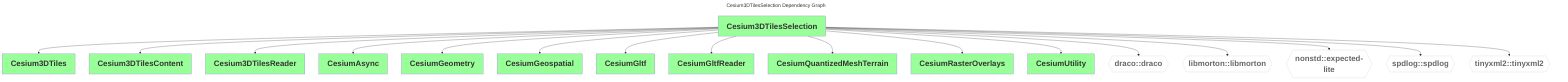
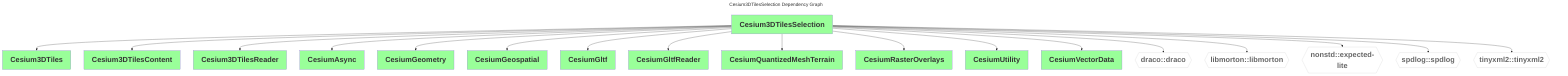
---
comment: This file was generated by dep-graph-gen. DO NOT EDIT THIS FILE!

title: Cesium3DTilesSelection Dependency Graph
---
graph TD
  classDef dependencyNode fill:#fff,stroke:#ccc,color:#666,font-weight:bold,font-size:28px
  classDef libraryNode fill:#9f9,font-weight:bold,font-size:28px
  Cesium3DTilesSelection[Cesium3DTilesSelection] --> Cesium3DTiles[Cesium3DTiles]
  Cesium3DTilesSelection[Cesium3DTilesSelection] --> Cesium3DTilesContent[Cesium3DTilesContent]
  Cesium3DTilesSelection[Cesium3DTilesSelection] --> Cesium3DTilesReader[Cesium3DTilesReader]
  Cesium3DTilesSelection[Cesium3DTilesSelection] --> CesiumAsync[CesiumAsync]
  Cesium3DTilesSelection[Cesium3DTilesSelection] --> CesiumGeometry[CesiumGeometry]
  Cesium3DTilesSelection[Cesium3DTilesSelection] --> CesiumGeospatial[CesiumGeospatial]
  Cesium3DTilesSelection[Cesium3DTilesSelection] --> CesiumGltf[CesiumGltf]
  Cesium3DTilesSelection[Cesium3DTilesSelection] --> CesiumGltfReader[CesiumGltfReader]
  Cesium3DTilesSelection[Cesium3DTilesSelection] --> CesiumQuantizedMeshTerrain[CesiumQuantizedMeshTerrain]
  Cesium3DTilesSelection[Cesium3DTilesSelection] --> CesiumRasterOverlays[CesiumRasterOverlays]
  Cesium3DTilesSelection[Cesium3DTilesSelection] --> CesiumUtility[CesiumUtility]
+   Cesium3DTilesSelection[Cesium3DTilesSelection] --> CesiumVectorData[CesiumVectorData]
  Cesium3DTilesSelection[Cesium3DTilesSelection] --> draco_draco{{draco::draco}}
  Cesium3DTilesSelection[Cesium3DTilesSelection] --> libmorton_libmorton{{libmorton::libmorton}}
  Cesium3DTilesSelection[Cesium3DTilesSelection] --> nonstd_expected-lite{{nonstd::expected-lite}}
  Cesium3DTilesSelection[Cesium3DTilesSelection] --> spdlog_spdlog{{spdlog::spdlog}}
  Cesium3DTilesSelection[Cesium3DTilesSelection] --> tinyxml2_tinyxml2{{tinyxml2::tinyxml2}}
  class draco_draco,libmorton_libmorton,nonstd_expected-lite,spdlog_spdlog,tinyxml2_tinyxml2 dependencyNode
-   class Cesium3DTiles,Cesium3DTilesContent,Cesium3DTilesReader,CesiumAsync,CesiumGeometry,CesiumGeospatial,CesiumGltf,CesiumGltfReader,CesiumQuantizedMeshTerrain,CesiumRasterOverlays,CesiumUtility,Cesium3DTilesSelection libraryNode
+   class Cesium3DTiles,Cesium3DTilesContent,Cesium3DTilesReader,CesiumAsync,CesiumGeometry,CesiumGeospatial,CesiumGltf,CesiumGltfReader,CesiumQuantizedMeshTerrain,CesiumRasterOverlays,CesiumUtility,CesiumVectorData,Cesium3DTilesSelection libraryNode
